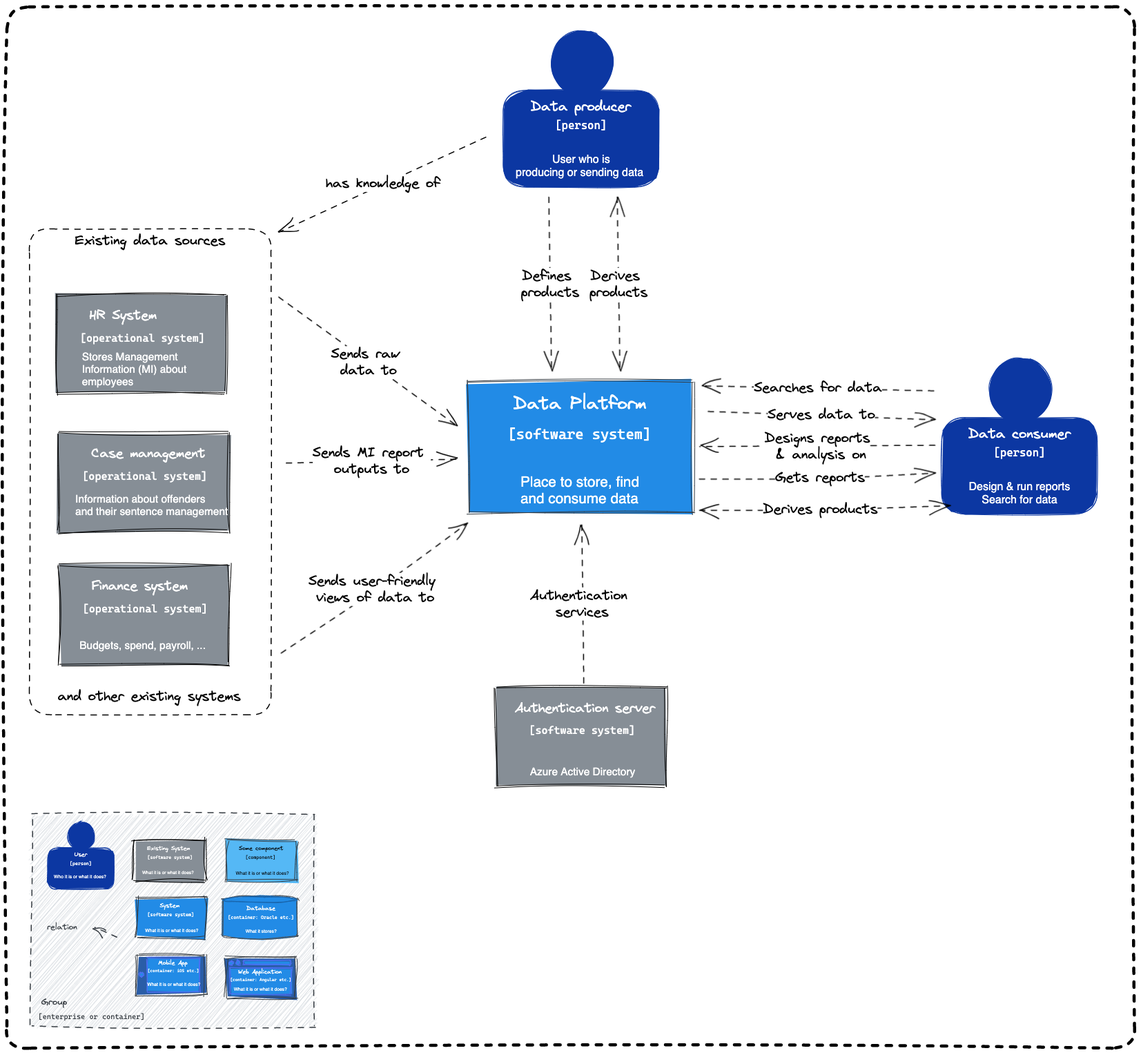
ministryofjustice/analytical-platform keeps this Excalidraw diagram as docs/source/documentation/diagrams/c4-model-level1.excalidraw.png. Above is the earlier version. Source tidied: one line per element, renumbered; positions are measured from the earlier drawing's top-left corner, leaving out a move shared by most shapes.
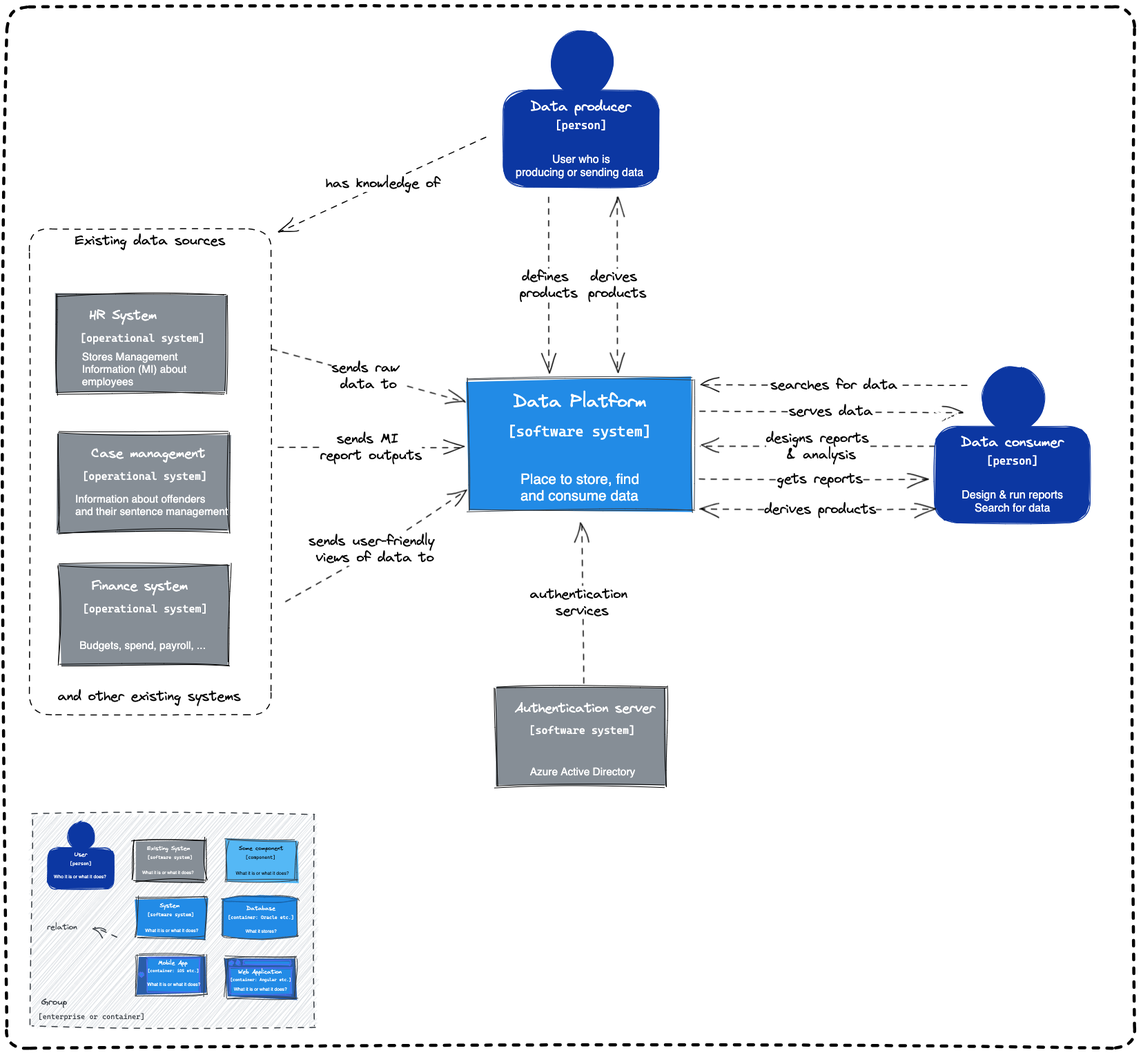
After the change.

Commit message:
📐 arrange arrows and change case

Diff of the diagram source:
```diff
@@ -41,6 +41,6 @@
 {"id": 40, "type": "text", "text": "Who it is or what it does? ", "strokeColor": "#fff", "backgroundColor": "#0c37a2", "fillStyle": "solid", "strokeWidth": 1, "roughness": 1, "fontSize": 6.78, "fontFamily": 2, "textAlign": "center", "x": 68, "y": 1256, "width": 78, "height": 8}
-{"id": 41, "type": "rectangle", "strokeColor": "#343a40", "backgroundColor": "#228be6", "fillStyle": "solid", "strokeWidth": 1, "roughness": 2, "x": 669, "y": 543, "width": 326, "height": 190}
+{"id": 41, "type": "rectangle", "strokeColor": "#343a40", "backgroundColor": "#228be6", "fillStyle": "solid", "strokeWidth": 1, "roughness": 2, "x": 669, "y": 539, "width": 326, "height": 190}
-{"id": 42, "type": "text", "text": "Data Platform", "strokeColor": "#fff", "backgroundColor": "#55b8f5", "fillStyle": "solid", "strokeWidth": 1, "roughness": 1, "fontSize": 25.95, "fontFamily": 1, "x": 734, "y": 560, "width": 193, "height": 30}
+{"id": 42, "type": "text", "text": "Data Platform", "strokeColor": "#fff", "backgroundColor": "#55b8f5", "fillStyle": "solid", "strokeWidth": 1, "roughness": 1, "fontSize": 25.95, "fontFamily": 1, "x": 734, "y": 557, "width": 193, "height": 30}
-{"id": 43, "type": "text", "text": "[software system]", "strokeColor": "#fff", "backgroundColor": "#55b8f5", "fillStyle": "solid", "strokeWidth": 1, "roughness": 1, "fontSize": 20.83, "fontFamily": 3, "textAlign": "center", "x": 726, "y": 606, "width": 207, "height": 24}
+{"id": 43, "type": "text", "text": "[software system]", "strokeColor": "#fff", "backgroundColor": "#55b8f5", "fillStyle": "solid", "strokeWidth": 1, "roughness": 1, "fontSize": 20.83, "fontFamily": 3, "textAlign": "center", "x": 726, "y": 602, "width": 207, "height": 24}
-{"id": 44, "type": "text", "text": "Place to store, find \nand consume data", "strokeColor": "#fff", "backgroundColor": "#55b8f5", "fillStyle": "solid", "strokeWidth": 1, "roughness": 1, "fontSize": 20.78, "fontFamily": 2, "x": 744, "y": 676, "width": 178, "height": 48}
+{"id": 44, "type": "text", "text": "Place to store, find \nand consume data", "strokeColor": "#fff", "backgroundColor": "#55b8f5", "fillStyle": "solid", "strokeWidth": 1, "roughness": 1, "fontSize": 20.78, "fontFamily": 2, "x": 744, "y": 672, "width": 178, "height": 48}
 {"id": 45, "type": "rectangle", "strokeColor": "#000000", "backgroundColor": "#868e96", "fillStyle": "solid", "strokeWidth": 1, "roughness": 2, "x": 75, "y": 618, "width": 245, "height": 143}
@@ -50,4 +50,4 @@
 {"id": 49, "type": "text", "text": "has knowledge of", "strokeColor": "#000000", "strokeWidth": 1, "strokeStyle": "dashed", "roughness": 1, "fontSize": 20, "fontFamily": 1, "textAlign": "center", "verticalAlign": "middle", "inside": 48, "x": 462, "y": 244, "width": 166, "height": 24}
-{"id": 50, "type": "arrow", "strokeColor": "#000000", "strokeWidth": 1, "strokeStyle": "dashed", "roughness": 1, "endArrowhead": "arrow", "round": true, "from": 53, "to": 41, "x": 785, "y": 276, "width": 4, "height": 252, "points": [[0, 0], [4, 252]]}
+{"id": 50, "type": "arrow", "strokeColor": "#000000", "strokeWidth": 1, "strokeStyle": "dashed", "roughness": 1, "endArrowhead": "arrow", "round": true, "from": 53, "to": 41, "x": 785, "y": 276, "width": 0, "height": 255, "points": [[0, 0], [0, 255]]}
-{"id": 51, "type": "text", "text": "Defines \nproducts", "strokeColor": "#000000", "strokeWidth": 1, "strokeStyle": "dashed", "roughness": 1, "fontSize": 20, "fontFamily": 1, "textAlign": "center", "verticalAlign": "middle", "inside": 50, "x": 745, "y": 378, "width": 84, "height": 48}
+{"id": 51, "type": "text", "text": "defines \nproducts", "strokeColor": "#000000", "strokeWidth": 1, "strokeStyle": "dashed", "roughness": 1, "fontSize": 20, "fontFamily": 1, "textAlign": "center", "verticalAlign": "middle", "inside": 50, "x": 745, "y": 376, "width": 84, "height": 48}
 {"id": 52, "type": "ellipse", "strokeColor": "#0c37a2", "backgroundColor": "#0c37a2", "fillStyle": "solid", "strokeWidth": 1, "roughness": 1, "x": 788, "y": 34, "width": 90, "height": 95}
@@ -65,19 +65,19 @@
 {"id": 64, "type": "text", "text": "Stores Management \nInformation (MI) about\nemployees", "strokeColor": "#fff", "backgroundColor": "#55b8f5", "fillStyle": "solid", "strokeWidth": 1, "roughness": 1, "fontSize": 15.43, "fontFamily": 2, "x": 109, "y": 497, "width": 152, "height": 54}
-{"id": 65, "type": "arrow", "strokeColor": "#000000", "strokeWidth": 1, "strokeStyle": "dashed", "roughness": 1, "endArrowhead": "arrow", "round": true, "from": 84, "to": 41, "x": 405, "y": 661, "width": 247, "height": 6, "points": [[0, 0], [247, -6]]}
+{"id": 65, "type": "arrow", "strokeColor": "#000000", "strokeWidth": 1, "strokeStyle": "dashed", "roughness": 1, "endArrowhead": "arrow", "round": true, "from": 84, "to": 41, "x": 393, "y": 638, "width": 269, "height": 0, "points": [[0, 0], [269, 0]]}
-{"id": 66, "type": "text", "text": "Sends MI report \noutputs to", "strokeColor": "#000000", "strokeWidth": 1, "roughness": 1, "fontSize": 20, "fontFamily": 1, "textAlign": "center", "verticalAlign": "middle", "inside": 65, "x": 443, "y": 634, "width": 171, "height": 48}
+{"id": 66, "type": "text", "text": "sends MI \nreport outputs", "strokeColor": "#000000", "strokeWidth": 1, "roughness": 1, "fontSize": 20, "fontFamily": 1, "textAlign": "center", "verticalAlign": "middle", "inside": 65, "x": 454, "y": 618, "width": 147, "height": 48}
-{"id": 67, "type": "arrow", "strokeColor": "#000000", "strokeWidth": 1, "strokeStyle": "dashed", "roughness": 1, "endArrowhead": "arrow", "round": true, "from": 84, "to": 41, "x": 397, "y": 935, "width": 268, "height": 189, "points": [[0, 0], [136, -92], [268, -189]]}
+{"id": 67, "type": "arrow", "strokeColor": "#000000", "strokeWidth": 1, "strokeStyle": "dashed", "roughness": 1, "endArrowhead": "arrow", "round": true, "from": 84, "to": 41, "x": 404, "y": 861, "width": 260, "height": 162, "points": [[0, 0], [129, -75], [260, -162]]}
-{"id": 68, "type": "text", "text": "Sends user-friendly \nviews of data to", "strokeColor": "#000000", "strokeWidth": 1, "roughness": 1, "fontSize": 20, "fontFamily": 1, "textAlign": "center", "verticalAlign": "middle", "inside": 67, "x": 437, "y": 820, "width": 194, "height": 48}
+{"id": 68, "type": "text", "text": "sends user-friendly \nviews of data to", "strokeColor": "#000000", "strokeWidth": 1, "roughness": 1, "fontSize": 20, "fontFamily": 1, "textAlign": "center", "verticalAlign": "middle", "inside": 67, "x": 432, "y": 765, "width": 192, "height": 48}
-{"id": 69, "type": "arrow", "strokeColor": "#000000", "strokeWidth": 1, "strokeStyle": "dashed", "roughness": 1, "endArrowhead": "arrow", "round": true, "from": 84, "to": 41, "x": 394, "y": 421, "width": 259, "height": 189, "points": [[0, 0], [259, 189]]}
+{"id": 69, "type": "arrow", "strokeColor": "#000000", "strokeWidth": 1, "strokeStyle": "dashed", "roughness": 1, "endArrowhead": "arrow", "round": true, "from": 84, "to": 41, "x": 384, "y": 496, "width": 280, "height": 78, "points": [[0, 0], [280, 78]]}
-{"id": 70, "type": "text", "text": "Sends raw \ndata to", "strokeColor": "#000000", "strokeWidth": 1, "strokeStyle": "dashed", "roughness": 1, "fontSize": 20, "fontFamily": 1, "textAlign": "center", "verticalAlign": "middle", "inside": 69, "x": 470, "y": 491, "width": 109, "height": 48}
+{"id": 70, "type": "text", "text": "sends raw \ndata to", "strokeColor": "#000000", "strokeWidth": 1, "strokeStyle": "dashed", "roughness": 1, "fontSize": 20, "fontFamily": 1, "textAlign": "center", "verticalAlign": "middle", "inside": 69, "x": 470, "y": 511, "width": 107, "height": 48}
-{"id": 71, "type": "arrow", "strokeColor": "#000000", "strokeWidth": 1, "strokeStyle": "dashed", "roughness": 1, "endArrowhead": "arrow", "round": true, "from": 41, "to": 88, "x": 1016, "y": 586, "width": 328, "height": 10, "points": [[0, 0], [328, 10]]}
+{"id": 71, "type": "arrow", "strokeColor": "#000000", "strokeWidth": 1, "strokeStyle": "dashed", "roughness": 1, "endArrowhead": "arrow", "round": true, "from": 41, "to": 88, "x": 1004, "y": 586, "width": 380, "height": 0, "points": [[0, 0], [380, 0]]}
-{"id": 72, "type": "text", "text": "Serves data to", "strokeColor": "#000000", "strokeWidth": 1, "strokeStyle": "dashed", "roughness": 1, "fontSize": 20, "fontFamily": 1, "textAlign": "center", "verticalAlign": "middle", "inside": 71, "x": 1091, "y": 553, "width": 156, "height": 24}
+{"id": 72, "type": "text", "text": "serves data", "strokeColor": "#000000", "strokeWidth": 1, "strokeStyle": "dashed", "roughness": 1, "fontSize": 20, "fontFamily": 1, "textAlign": "center", "verticalAlign": "middle", "inside": 71, "x": 1133, "y": 574, "width": 122, "height": 24}
 {"id": 73, "type": "text", "text": "Information about offenders \nand their sentence management", "strokeColor": "#fff", "backgroundColor": "#55b8f5", "fillStyle": "solid", "strokeWidth": 1, "roughness": 1, "fontSize": 15.43, "fontFamily": 2, "x": 99, "y": 703, "width": 221, "height": 36}
-{"id": 74, "type": "arrow", "strokeColor": "#000000", "strokeWidth": 1, "strokeStyle": "dashed", "roughness": 1, "endArrowhead": "arrow", "round": true, "from": 88, "to": 41, "x": 1344, "y": 636, "width": 340, "height": 2, "points": [[0, 0], [-340, 2]]}
+{"id": 74, "type": "arrow", "strokeColor": "#000000", "strokeWidth": 1, "strokeStyle": "dashed", "roughness": 1, "endArrowhead": "arrow", "round": true, "from": 88, "to": 41, "x": 1344, "y": 637, "width": 339, "height": 0, "points": [[0, 0], [-339, 0]]}
-{"id": 75, "type": "text", "text": "Designs reports\n & analysis on", "strokeColor": "#000000", "strokeWidth": 1, "strokeStyle": "dashed", "roughness": 1, "fontSize": 20, "fontFamily": 1, "textAlign": "center", "verticalAlign": "middle", "inside": 74, "x": 1099, "y": 592, "width": 153, "height": 48}
+{"id": 75, "type": "text", "text": "designs reports\n & analysis", "strokeColor": "#000000", "strokeWidth": 1, "strokeStyle": "dashed", "roughness": 1, "fontSize": 20, "fontFamily": 1, "textAlign": "center", "verticalAlign": "middle", "inside": 74, "x": 1100, "y": 613, "width": 149, "height": 48}
-{"id": 76, "type": "arrow", "strokeColor": "#000000", "strokeWidth": 1, "strokeStyle": "dashed", "roughness": 1, "endArrowhead": "arrow", "round": true, "from": 41, "to": 88, "x": 1003, "y": 684, "width": 341, "height": 8, "points": [[0, 0], [175, -1], [341, -8]]}
+{"id": 76, "type": "arrow", "strokeColor": "#000000", "strokeWidth": 1, "strokeStyle": "dashed", "roughness": 1, "endArrowhead": "arrow", "round": true, "from": 41, "to": 88, "x": 1003, "y": 684, "width": 331, "height": 1, "points": [[0, 0], [175, 1], [331, 1]]}
-{"id": 77, "type": "text", "text": "Gets reports", "strokeColor": "#000000", "strokeWidth": 1, "strokeStyle": "dashed", "roughness": 1, "fontSize": 20, "fontFamily": 1, "textAlign": "center", "verticalAlign": "middle", "inside": 76, "x": 1113, "y": 670, "width": 130, "height": 24}
+{"id": 77, "type": "text", "text": "gets reports", "strokeColor": "#000000", "strokeWidth": 1, "strokeStyle": "dashed", "roughness": 1, "fontSize": 20, "fontFamily": 1, "textAlign": "center", "verticalAlign": "middle", "inside": 76, "x": 1116, "y": 672, "width": 124, "height": 24}
-{"id": 78, "type": "arrow", "strokeColor": "#000000", "strokeWidth": 1, "strokeStyle": "dashed", "roughness": 1, "endArrowhead": "arrow", "round": true, "to": 41, "x": 1344, "y": 556, "width": 338, "height": 7, "points": [[0, 0], [-338, -7]]}
+{"id": 78, "type": "arrow", "strokeColor": "#000000", "strokeWidth": 1, "strokeStyle": "dashed", "roughness": 1, "endArrowhead": "arrow", "round": true, "to": 41, "x": 1392, "y": 548, "width": 388, "height": 0, "points": [[0, 0], [-388, 0]]}
-{"id": 79, "type": "text", "text": "Searches for data", "strokeColor": "#000000", "strokeWidth": 1, "strokeStyle": "dashed", "roughness": 1, "fontSize": 20, "fontFamily": 1, "textAlign": "center", "verticalAlign": "middle", "inside": 78, "x": 1082, "y": 536, "width": 186, "height": 24}
+{"id": 79, "type": "text", "text": "searches for data", "strokeColor": "#000000", "strokeWidth": 1, "strokeStyle": "dashed", "roughness": 1, "fontSize": 20, "fontFamily": 1, "textAlign": "center", "verticalAlign": "middle", "inside": 78, "x": 1092, "y": 536, "width": 184, "height": 24}
-{"id": 80, "type": "arrow", "strokeColor": "#000000", "backgroundColor": "#ced4da", "fillStyle": "hachure", "strokeWidth": 1, "strokeStyle": "dashed", "roughness": 1, "endArrowhead": "arrow", "round": true, "from": 92, "to": 41, "x": 835, "y": 980, "width": 3, "height": 231, "points": [[0, 0], [-3, -231]]}
+{"id": 80, "type": "arrow", "strokeColor": "#000000", "backgroundColor": "#ced4da", "fillStyle": "hachure", "strokeWidth": 1, "strokeStyle": "dashed", "roughness": 1, "endArrowhead": "arrow", "round": true, "from": 92, "to": 41, "x": 835, "y": 980, "width": 3, "height": 234, "points": [[0, 0], [-3, -234]]}
-{"id": 81, "type": "text", "text": "Authentication \nservices", "strokeColor": "#000000", "strokeWidth": 1, "roughness": 1, "fontSize": 20, "fontFamily": 1, "textAlign": "center", "verticalAlign": "middle", "inside": 80, "x": 758, "y": 841, "width": 151, "height": 48}
+{"id": 81, "type": "text", "text": "authentication \nservices", "strokeColor": "#000000", "strokeWidth": 1, "roughness": 1, "fontSize": 20, "fontFamily": 1, "textAlign": "center", "verticalAlign": "middle", "inside": 80, "x": 758, "y": 839, "width": 151, "height": 48}
 {"id": 82, "type": "rectangle", "strokeColor": "#000000", "strokeWidth": 4, "strokeStyle": "dashed", "roughness": 2, "round": true, "x": 0, "y": 0, "width": 1634, "height": 1508}
@@ -87,7 +87,7 @@
 {"id": 86, "type": "text", "text": "and other existing systems", "strokeColor": "#000000", "strokeWidth": 1, "roughness": 1, "fontSize": 20, "fontFamily": 1, "textAlign": "center", "x": 74, "y": 987, "width": 265, "height": 24}
-{"id": 87, "type": "ellipse", "strokeColor": "#0c37a2", "backgroundColor": "#0c37a2", "fillStyle": "solid", "strokeWidth": 1, "roughness": 1, "x": 1424, "y": 508, "width": 90, "height": 95}
+{"id": 87, "type": "ellipse", "strokeColor": "#0c37a2", "backgroundColor": "#0c37a2", "fillStyle": "solid", "strokeWidth": 1, "roughness": 1, "x": 1413, "y": 521, "width": 90, "height": 95}
-{"id": 88, "type": "rectangle", "strokeColor": "#0c37a2", "backgroundColor": "#0c37a2", "fillStyle": "solid", "strokeWidth": 1, "roughness": 1, "round": true, "x": 1354, "y": 595, "width": 225, "height": 140}
+{"id": 88, "type": "rectangle", "strokeColor": "#0c37a2", "backgroundColor": "#0c37a2", "fillStyle": "solid", "strokeWidth": 1, "roughness": 1, "round": true, "x": 1344, "y": 607, "width": 225, "height": 140}
-{"id": 89, "type": "text", "text": "Data consumer", "strokeColor": "#fff", "backgroundColor": "#0c37a2", "fillStyle": "solid", "strokeWidth": 1, "roughness": 1, "fontSize": 20, "fontFamily": 1, "textAlign": "center", "x": 1393, "y": 607, "width": 148, "height": 24}
+{"id": 89, "type": "text", "text": "Data consumer", "strokeColor": "#fff", "backgroundColor": "#0c37a2", "fillStyle": "solid", "strokeWidth": 1, "roughness": 1, "fontSize": 20, "fontFamily": 1, "textAlign": "center", "x": 1382, "y": 619, "width": 148, "height": 24}
-{"id": 90, "type": "text", "text": "[person]", "strokeColor": "#fff", "backgroundColor": "#0c37a2", "fillStyle": "solid", "strokeWidth": 1, "roughness": 1, "fontSize": 16, "fontFamily": 3, "textAlign": "center", "x": 1429, "y": 636, "width": 75, "height": 19}
+{"id": 90, "type": "text", "text": "[person]", "strokeColor": "#fff", "backgroundColor": "#0c37a2", "fillStyle": "solid", "strokeWidth": 1, "roughness": 1, "fontSize": 16, "fontFamily": 3, "textAlign": "center", "x": 1419, "y": 648, "width": 75, "height": 19}
-{"id": 91, "type": "text", "text": "Design & run reports\nSearch for data", "strokeColor": "#fff", "backgroundColor": "#0c37a2", "fillStyle": "solid", "strokeWidth": 1, "roughness": 1, "fontSize": 16, "fontFamily": 2, "textAlign": "center", "x": 1394, "y": 685, "width": 147, "height": 38}
+{"id": 91, "type": "text", "text": "Design & run reports\nSearch for data", "strokeColor": "#fff", "backgroundColor": "#0c37a2", "fillStyle": "solid", "strokeWidth": 1, "roughness": 1, "fontSize": 16, "fontFamily": 2, "textAlign": "center", "x": 1383, "y": 697, "width": 147, "height": 38}
 {"id": 92, "type": "rectangle", "strokeColor": "#000000", "backgroundColor": "#868e96", "fillStyle": "solid", "strokeWidth": 1, "roughness": 2, "x": 709, "y": 985, "width": 245, "height": 143}
@@ -96,5 +96,5 @@
 {"id": 95, "type": "text", "text": "Azure Active Directory", "strokeColor": "#fff", "backgroundColor": "#55b8f5", "fillStyle": "solid", "strokeWidth": 1, "roughness": 1, "fontSize": 15.43, "fontFamily": 2, "x": 758, "y": 1098, "width": 153, "height": 18}
-{"id": 96, "type": "arrow", "strokeColor": "#000000", "strokeWidth": 1, "strokeStyle": "dashed", "roughness": 1, "startArrowhead": "arrow", "endArrowhead": "arrow", "round": true, "from": 53, "to": 41, "x": 884, "y": 276, "width": 4, "height": 252, "points": [[0, 0], [4, 252]]}
+{"id": 96, "type": "arrow", "strokeColor": "#000000", "strokeWidth": 1, "strokeStyle": "dashed", "roughness": 1, "startArrowhead": "arrow", "endArrowhead": "arrow", "round": true, "from": 53, "to": 41, "x": 884, "y": 276, "width": 0, "height": 254, "points": [[0, 0], [0, 254]]}
-{"id": 97, "type": "text", "text": "Derives \nproducts", "strokeColor": "#000000", "strokeWidth": 1, "strokeStyle": "dashed", "roughness": 1, "fontSize": 20, "fontFamily": 1, "textAlign": "center", "verticalAlign": "middle", "inside": 96, "x": 844, "y": 378, "width": 84, "height": 48}
+{"id": 97, "type": "text", "text": "derives \nproducts", "strokeColor": "#000000", "strokeWidth": 1, "strokeStyle": "dashed", "roughness": 1, "fontSize": 20, "fontFamily": 1, "textAlign": "center", "verticalAlign": "middle", "inside": 96, "x": 844, "y": 376, "width": 84, "height": 48}
-{"id": 98, "type": "arrow", "strokeColor": "#000000", "strokeWidth": 1, "strokeStyle": "dashed", "roughness": 1, "startArrowhead": "arrow", "endArrowhead": "arrow", "round": true, "from": 41, "x": 1003, "y": 729, "width": 363, "height": 6, "points": [[0, 0], [175, -1], [363, -6]]}
+{"id": 98, "type": "arrow", "strokeColor": "#000000", "strokeWidth": 1, "strokeStyle": "dashed", "roughness": 1, "startArrowhead": "arrow", "endArrowhead": "arrow", "round": true, "from": 41, "x": 1003, "y": 727, "width": 341, "height": 1, "points": [[0, 0], [175, 1], [341, 1]]}
-{"id": 99, "type": "text", "text": "Derives products", "strokeColor": "#000000", "strokeWidth": 1, "strokeStyle": "dashed", "roughness": 1, "fontSize": 20, "fontFamily": 1, "textAlign": "center", "verticalAlign": "middle", "inside": 98, "x": 1095, "y": 716, "width": 166, "height": 24}
+{"id": 99, "type": "text", "text": "derives products", "strokeColor": "#000000", "strokeWidth": 1, "strokeStyle": "dashed", "roughness": 1, "fontSize": 20, "fontFamily": 1, "textAlign": "center", "verticalAlign": "middle", "inside": 98, "x": 1097, "y": 716, "width": 162, "height": 24}
```
